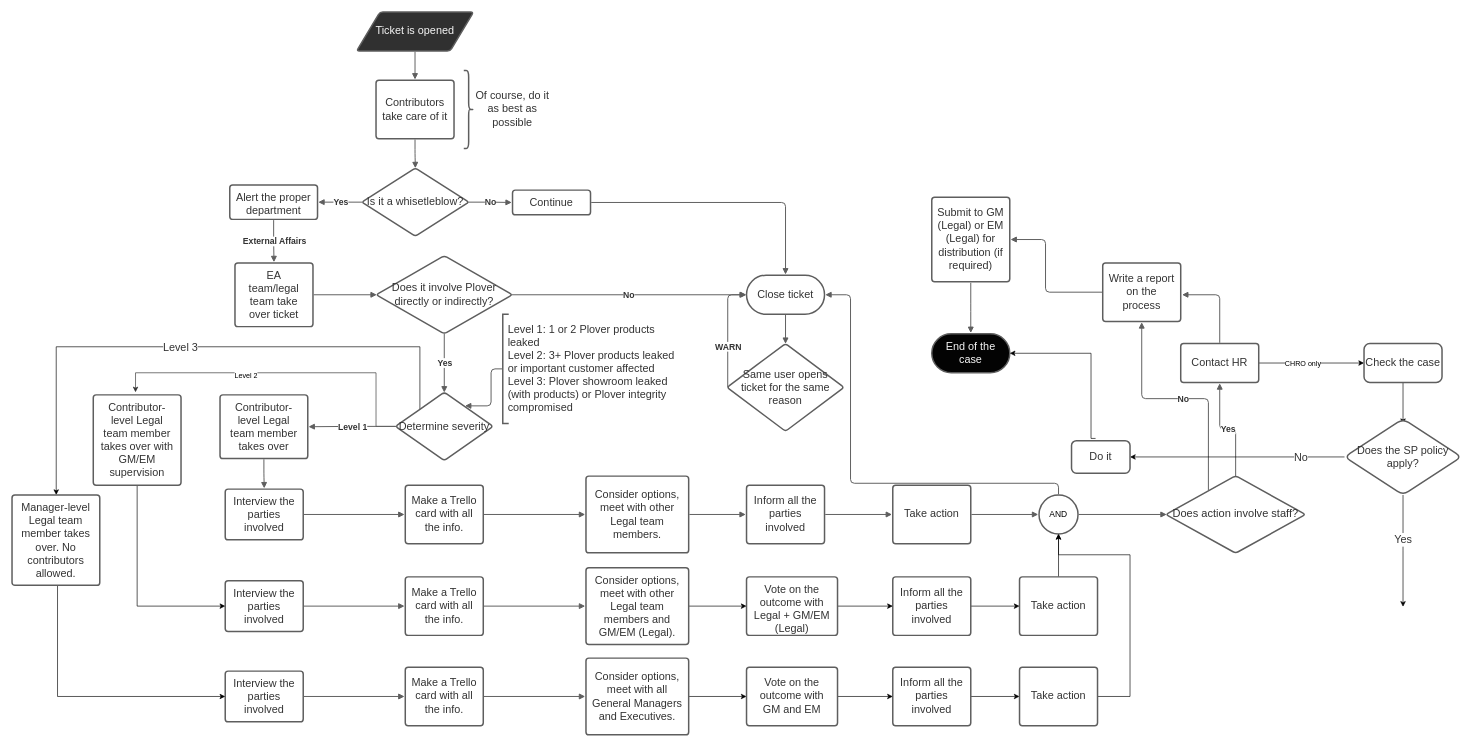
This is Untitled Diagram.drawio from Peiprjs/Peiprjs, a draw.io file, before an edit. Source tidied: cells renumbered, new cells numbered last; positions are measured from the earlier drawing's top-left corner, leaving out a move shared by most shapes. Both pictures are drawn from the tidied source at 65%, with x=0, y=0 at pixel (12, 12).
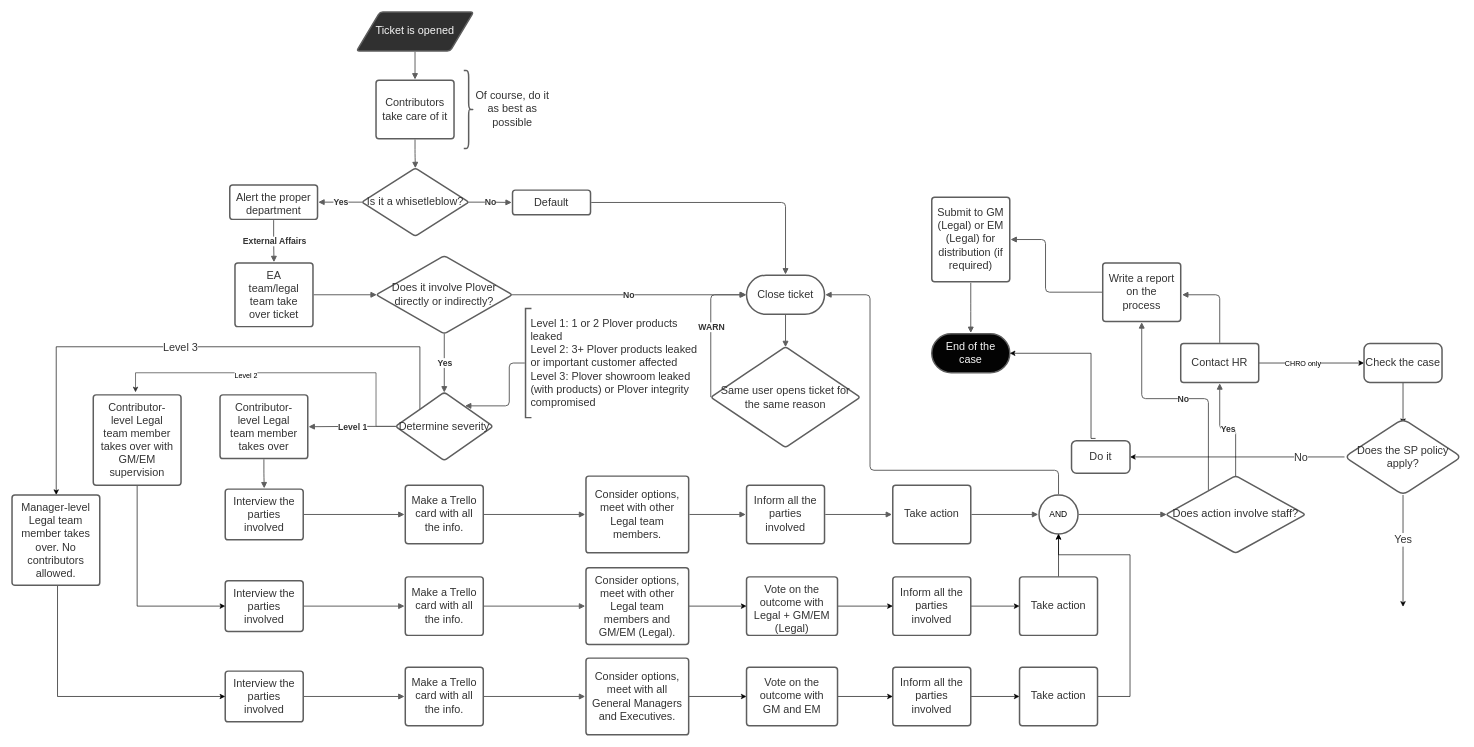
After the change.

Unchanged cells that the change refers to:
```xml
<mxCell id="21" value="Close ticket" style="html=1;overflow=block;blockSpacing=1;whiteSpace=wrap;rounded=1;arcSize=50;whiteSpace=wrap;fontSize=16.7;fontColor=#333333;spacing=3.8;strokeColor=#5e5e5e;strokeOpacity=100;strokeWidth=2.3;" parent="1" vertex="1">
  <mxGeometry x="1130" y="405" width="120" height="60" as="geometry" />
</mxCell>
<mxCell id="53" value="AND" style="ellipse;whiteSpace=wrap;html=1;fontFamily=Helvetica;fontSize=13;fontColor=#000000;align=center;strokeColor=#5e5e5e;strokeWidth=2.3;fillColor=#ffffff;" parent="1" vertex="1">
  <mxGeometry x="1580" y="743" width="60" height="60" as="geometry" />
</mxCell>
```

The edit, as a diff of the source:
```diff
@@
-    <mxCell id="12" value="Continue" style="html=1;overflow=block;blockSpacing=1;whiteSpace=wrap;whiteSpace=wrap;fontSize=16.7;fontColor=#333333;spacing=9;strokeColor=#5e5e5e;strokeOpacity=100;rounded=1;absoluteArcSize=1;arcSize=9;strokeWidth=2.3;" parent="1" vertex="1">
+    <mxCell id="12" value="Default" style="html=1;overflow=block;blockSpacing=1;whiteSpace=wrap;whiteSpace=wrap;fontSize=16.7;fontColor=#333333;spacing=9;strokeColor=#5e5e5e;strokeOpacity=100;rounded=1;absoluteArcSize=1;arcSize=9;strokeWidth=2.3;" parent="1" vertex="1">
       <mxGeometry x="770" y="274" width="120" height="38" as="geometry" />
     </mxCell>
@@
     <mxCell id="25" value="Same user opens ticket for the same reason" style="html=1;overflow=block;blockSpacing=1;whiteSpace=wrap;rhombus;whiteSpace=wrap;fontSize=16.7;fontColor=#333333;spacing=3.8;strokeColor=#5e5e5e;strokeOpacity=100;rounded=1;absoluteArcSize=1;arcSize=9;strokeWidth=2.3;" parent="1" vertex="1">
-      <mxGeometry x="1100" y="510" width="180" height="135" as="geometry" />
+      <mxGeometry x="1075" y="515" width="230" height="155" as="geometry" />
     </mxCell>
@@
-    <mxCell id="27" style="html=1;jettySize=18;whiteSpace=wrap;fontSize=13;strokeColor=#5E5E5E;strokeWidth=1.5;rounded=1;arcSize=12;edgeStyle=orthogonalEdgeStyle;startArrow=none;endArrow=block;endFill=1;exitX=0.006;exitY=0.5;exitPerimeter=0;" parent="1" edge="1" source="25">
+    <mxCell id="27" style="html=1;jettySize=18;whiteSpace=wrap;fontSize=13;strokeColor=#5E5E5E;strokeWidth=1.5;rounded=1;arcSize=12;edgeStyle=orthogonalEdgeStyle;startArrow=none;endArrow=block;endFill=1;exitX=0;exitY=0.5;exitDx=0;exitDy=0;" parent="1" edge="1" source="25">
       <mxGeometry relative="1" as="geometry">
         <mxPoint x="1130" y="435" as="targetPoint" />
         <Array as="points">
-          <mxPoint x="1101" y="435" />
+          <mxPoint x="1075" y="435" />
         </Array>
       </mxGeometry>
     </mxCell>
     <mxCell id="28" value="WARN" style="text;html=1;labelBackgroundColor=#ffffff;align=center;verticalAlign=middle;fontStyle=1;fontColor=#333333;fontSize=13.3;" parent="27" vertex="1">
-      <mxGeometry x="-0.27" relative="1" as="geometry" />
+      <mxGeometry x="-0.27" relative="1" as="geometry">
+        <mxPoint y="-30" as="offset" />
+      </mxGeometry>
     </mxCell>
@@
     <mxCell id="36" value="Level 1: 1 or 2 Plover products       leaked &#10;Level 2: 3+ Plover products         leaked or important                customer affected&#10;Level 3: Plover showroom leaked     (with products) or Plover      integrity compromised" style="group;spacingLeft=8;align=left;spacing=0;strokeColor=none;whiteSpace=wrap;fontSize=16.7;fontColor=#333333;strokeOpacity=100;fillOpacity=0;rounded=1;absoluteArcSize=1;arcSize=9;fillColor=#ffffff;strokeWidth=2.3;verticalAlign=middle;html=1;" parent="1" vertex="1">
-      <mxGeometry x="755" y="465" width="270" height="168" as="geometry" />
+      <mxGeometry x="790" y="456" width="270" height="168" as="geometry" />
     </mxCell>
@@
     <mxCell id="55" style="html=1;jettySize=18;whiteSpace=wrap;fontSize=13;strokeColor=#5E5E5E;strokeWidth=1.5;rounded=1;arcSize=12;edgeStyle=orthogonalEdgeStyle;startArrow=none;endArrow=block;endFill=1;exitX=0.5;exitY=-0.019;exitPerimeter=0;entryX=1.009;entryY=0.5;entryPerimeter=0;" parent="1" edge="1" source="53" target="21">
       <mxGeometry relative="1" as="geometry">
         <Array as="points">
-          <mxPoint x="1610" y="725" />
-          <mxPoint x="1290" y="725" />
-          <mxPoint x="1290" y="435" />
+          <mxPoint x="1610" y="705" />
+          <mxPoint x="1320" y="705" />
+          <mxPoint x="1320" y="435" />
         </Array>
       </mxGeometry>
     </mxCell>
```
